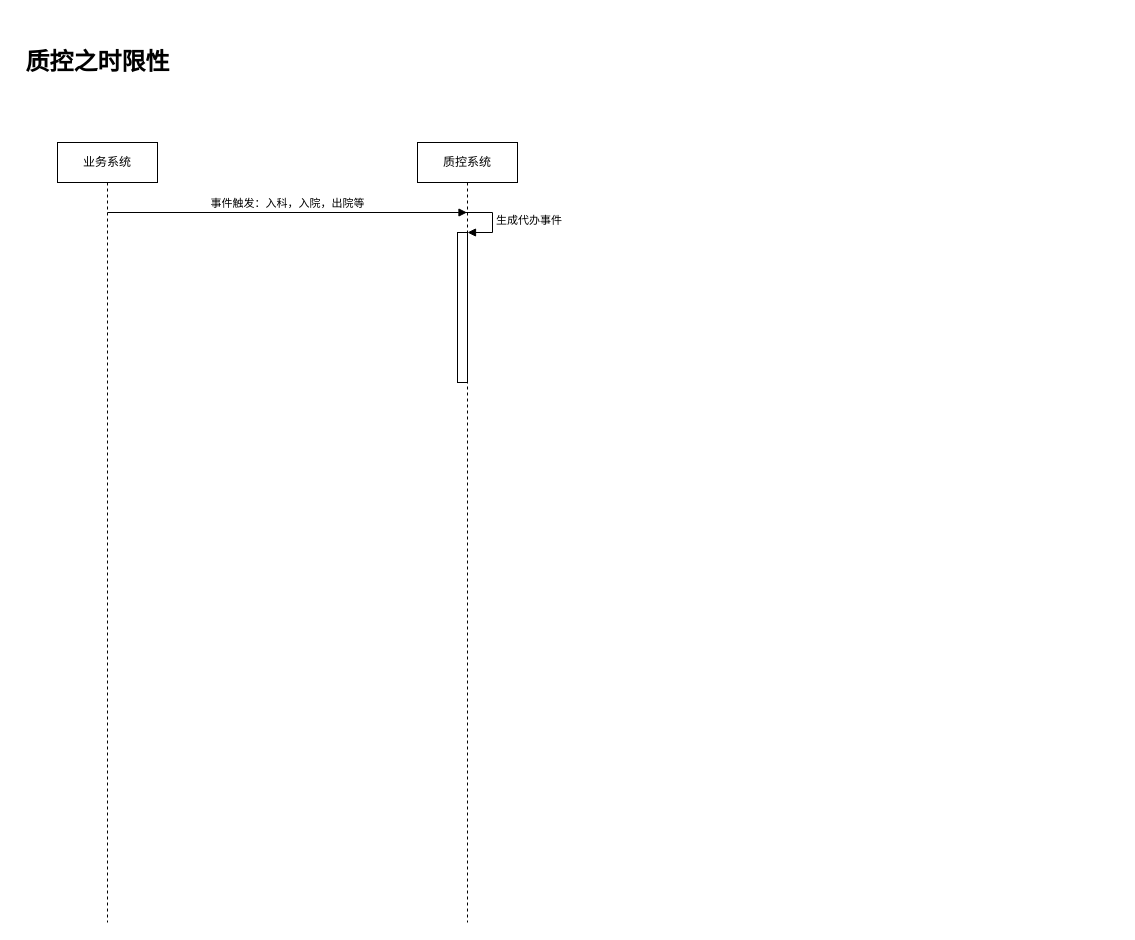
Before: Untitled Diagram.drawio in 1657486787/draw.io, a draw.io diagram. Source tidied: cells renumbered, new cells numbered last; positions are measured from the earlier drawing's top-left corner, leaving out a move shared by most shapes. Both pictures are drawn from the tidied source at 100%, with x=0, y=0 at pixel (17, 42).
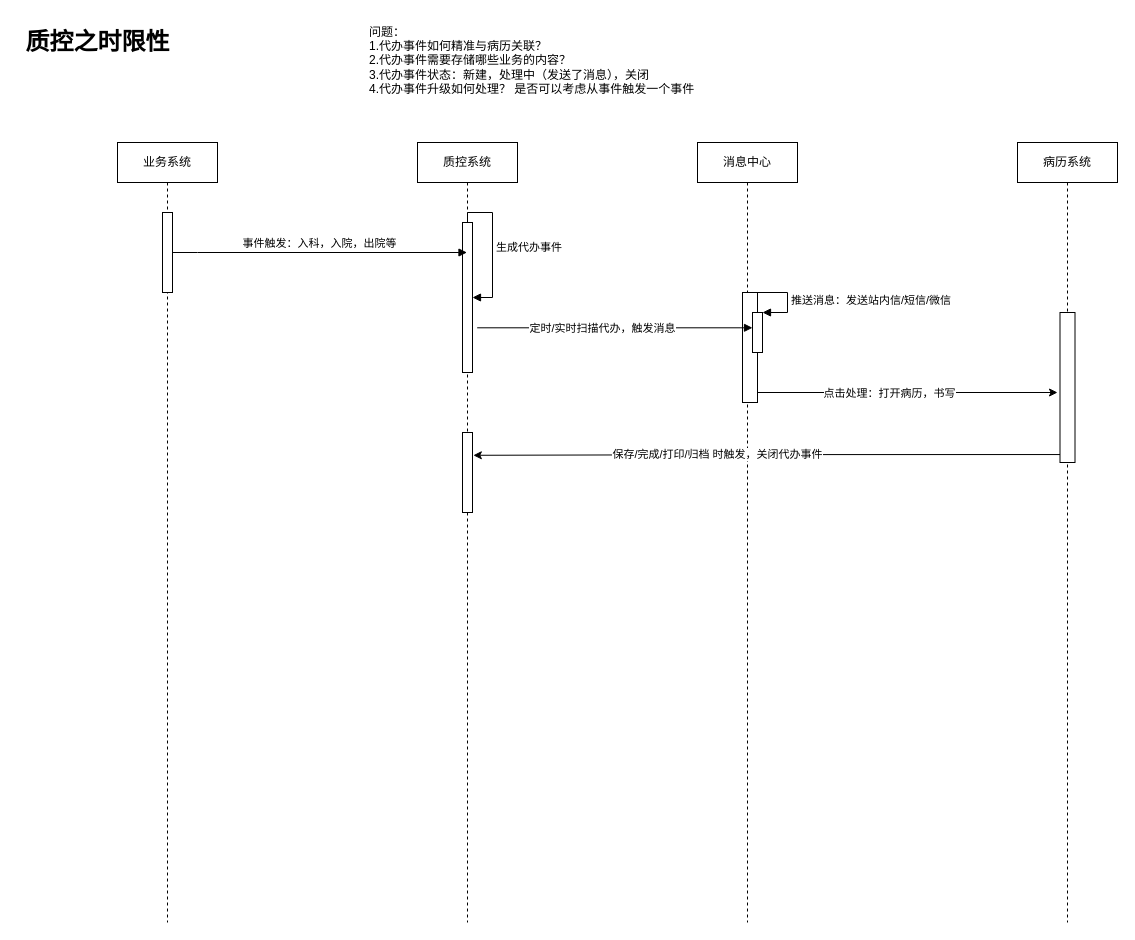
Above is the later version.

Unchanged cells that the change refers to:
```xml
<mxCell id="5" value="质控系统" style="shape=umlLifeline;perimeter=lifelinePerimeter;whiteSpace=wrap;html=1;outlineConnect=0;" parent="1" vertex="1">
  <mxGeometry x="400" y="100" width="100" height="780" as="geometry" />
</mxCell>
```

Diff of the diagram source:
```diff
@@
     <mxCell id="2" value="业务系统" style="shape=umlLifeline;perimeter=lifelinePerimeter;whiteSpace=wrap;html=1;" parent="1" vertex="1">
-      <mxGeometry x="40" y="100" width="100" height="780" as="geometry" />
+      <mxGeometry x="100" y="100" width="100" height="780" as="geometry" />
     </mxCell>
-    <mxCell id="3" value="事件触发：入科，入院，出院等" style="html=1;verticalAlign=bottom;endArrow=block;rounded=0;" parent="2" edge="1" target="5">
-      <mxGeometry relative="1" as="geometry">
-        <mxPoint x="50" y="70" as="sourcePoint" />
-      </mxGeometry>
-    </mxCell>
+    <mxCell id="8" style="html=1;points=[];perimeter=orthogonalPerimeter;" parent="2" vertex="1">
+      <mxGeometry x="45" y="70" width="10" height="80" as="geometry" />
+    </mxCell>
     <mxCell id="4" value="质控之时限性" style="text;strokeColor=none;fillColor=none;html=1;fontSize=24;fontStyle=1;verticalAlign=middle;align=center;spacing=4;" parent="1" vertex="1">
-      <mxGeometry width="160" height="40" as="geometry" />
+      <mxGeometry y="-20" width="160" height="40" as="geometry" />
     </mxCell>
@@
     <mxCell id="6" style="html=1;points=[];perimeter=orthogonalPerimeter;" parent="5" vertex="1">
-      <mxGeometry x="40" y="90" width="10" height="150" as="geometry" />
+      <mxGeometry x="45" y="80" width="10" height="150" as="geometry" />
     </mxCell>
-    <mxCell id="7" value="生成代办事件" style="edgeStyle=orthogonalEdgeStyle;html=1;align=left;spacingLeft=2;endArrow=block;rounded=0;entryX=1;entryY=0;" parent="5" edge="1" target="6">
+    <mxCell id="7" value="生成代办事件" style="edgeStyle=orthogonalEdgeStyle;html=1;align=left;spacingLeft=2;endArrow=block;rounded=0;" parent="5" edge="1" source="6" target="6">
       <mxGeometry relative="1" as="geometry">
-        <mxPoint x="45" y="70" as="sourcePoint" />
         <Array as="points">
+          <mxPoint x="50" y="70" />
           <mxPoint x="75" y="70" />
+          <mxPoint x="75" y="155" />
         </Array>
       </mxGeometry>
     </mxCell>
+    <mxCell id="9" style="html=1;points=[];perimeter=orthogonalPerimeter;" parent="5" vertex="1">
+      <mxGeometry x="45" y="290" width="10" height="80" as="geometry" />
+    </mxCell>
+    <mxCell id="10" value="消息中心" style="shape=umlLifeline;perimeter=lifelinePerimeter;whiteSpace=wrap;html=1;" parent="1" vertex="1">
+      <mxGeometry x="680" y="100" width="100" height="780" as="geometry" />
+    </mxCell>
+    <mxCell id="11" style="html=1;points=[];perimeter=orthogonalPerimeter;direction=west;" parent="10" vertex="1">
+      <mxGeometry x="45" y="150" width="15" height="110" as="geometry" />
+    </mxCell>
+    <mxCell id="12" style="html=1;points=[];perimeter=orthogonalPerimeter;" parent="10" vertex="1">
+      <mxGeometry x="55" y="170" width="10" height="40" as="geometry" />
+    </mxCell>
+    <mxCell id="13" value="推送消息：发送站内信/短信/微信" style="edgeStyle=orthogonalEdgeStyle;html=1;align=left;spacingLeft=2;endArrow=block;rounded=0;entryX=1;entryY=0;" parent="10" edge="1" target="12">
+      <mxGeometry relative="1" as="geometry">
+        <mxPoint x="60" y="150" as="sourcePoint" />
+        <Array as="points">
+          <mxPoint x="90" y="150" />
+        </Array>
+      </mxGeometry>
+    </mxCell>
+    <mxCell id="14" style="html=1;verticalAlign=bottom;endArrow=block;rounded=0;exitX=0.917;exitY=0.702;exitDx=0;exitDy=0;exitPerimeter=0;" parent="1" edge="1">
+      <mxGeometry relative="1" as="geometry">
+        <mxPoint x="459.7" y="285.3" as="sourcePoint" />
+        <mxPoint x="735" y="285.3" as="targetPoint" />
+      </mxGeometry>
+    </mxCell>
+    <mxCell id="15" value="定时/实时扫描代办，触发消息" style="edgeLabel;html=1;align=center;verticalAlign=middle;" parent="14" vertex="1">
+      <mxGeometry x="-0.09" relative="1" as="geometry" />
+    </mxCell>
+    <mxCell id="3" value="事件触发：入科，入院，出院等" style="html=1;verticalAlign=bottom;endArrow=block;rounded=0;" parent="1" edge="1" source="8" target="5">
+      <mxGeometry relative="1" as="geometry">
+        <Array as="points">
+          <mxPoint x="180" y="210" />
+        </Array>
+      </mxGeometry>
+    </mxCell>
+    <mxCell id="16" value="病历系统" style="shape=umlLifeline;perimeter=lifelinePerimeter;whiteSpace=wrap;html=1;" parent="1" vertex="1">
+      <mxGeometry x="1000" y="100" width="100" height="780" as="geometry" />
+    </mxCell>
+    <mxCell id="17" style="html=1;points=[];perimeter=orthogonalPerimeter;" parent="16" vertex="1">
+      <mxGeometry x="42.5" y="170" width="15" height="150" as="geometry" />
+    </mxCell>
+    <mxCell id="18" style="edgeStyle=orthogonalEdgeStyle;rounded=0;jettySize=auto;html=1;" parent="1" edge="1" source="11">
+      <mxGeometry relative="1" as="geometry">
+        <mxPoint x="1040" y="350" as="targetPoint" />
+        <Array as="points">
+          <mxPoint x="1040" y="350" />
+        </Array>
+      </mxGeometry>
+    </mxCell>
+    <mxCell id="19" value="点击处理：打开病历，书写" style="edgeLabel;html=1;align=center;verticalAlign=middle;" parent="18" vertex="1">
+      <mxGeometry x="0.54" y="1" relative="1" as="geometry">
+        <mxPoint x="-100" y="1" as="offset" />
+      </mxGeometry>
+    </mxCell>
+    <mxCell id="20" style="edgeStyle=orthogonalEdgeStyle;rounded=0;jettySize=auto;html=1;entryX=1.083;entryY=0.285;entryDx=0;entryDy=0;entryPerimeter=0;exitX=0;exitY=0.947;exitDx=0;exitDy=0;exitPerimeter=0;" parent="1" edge="1" source="17" target="9">
+      <mxGeometry relative="1" as="geometry" />
+    </mxCell>
+    <mxCell id="21" value="保存/完成/打印/归档 时触发，关闭代办事件" style="edgeLabel;html=1;align=center;verticalAlign=middle;" parent="20" vertex="1">
+      <mxGeometry x="0.17" y="-1" relative="1" as="geometry" />
+    </mxCell>
+    <mxCell id="22" value="问题：&lt;br&gt;1.代办事件如何精准与病历关联？&lt;br&gt;2.代办事件需要存储哪些业务的内容？&lt;br&gt;3.代办事件状态：新建，处理中（发送了消息），关闭&lt;br&gt;4.代办事件升级如何处理？ 是否可以考虑从事件触发一个事件" style="text;html=1;strokeColor=none;fillColor=none;align=left;verticalAlign=middle;whiteSpace=wrap;rounded=0;" parent="1" vertex="1">
+      <mxGeometry x="350" y="-25" width="400" height="85" as="geometry" />
+    </mxCell>
```
